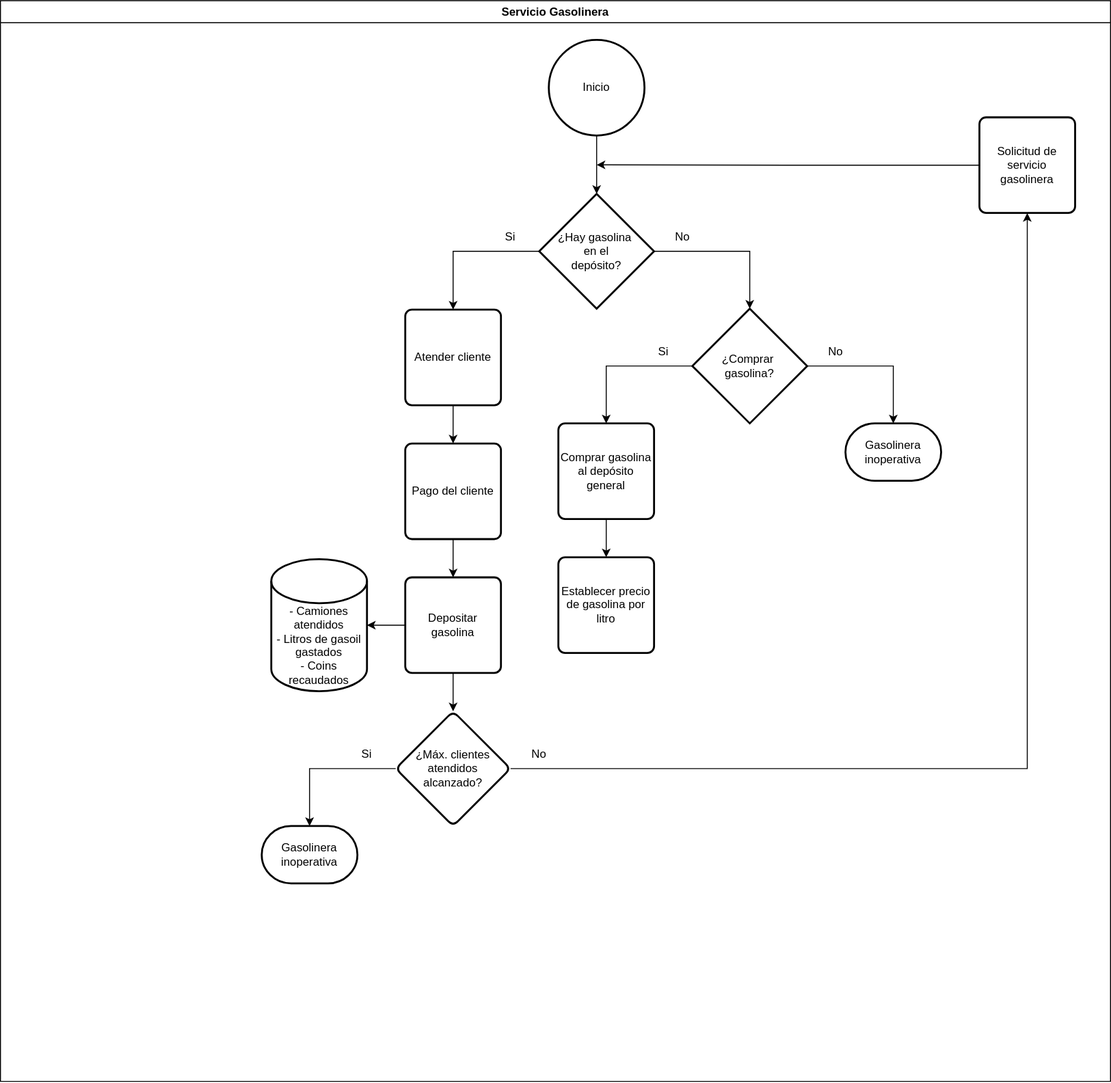
Above: Gasolineras.svg in JuanLuisCorrea/Diagramas-de-flujo-para-servicios---WoT (draw.io), before the change. Source tidied: cells renumbered, new cells last; positions are measured from the earlier drawing's top-left corner, leaving out a move shared by most shapes.
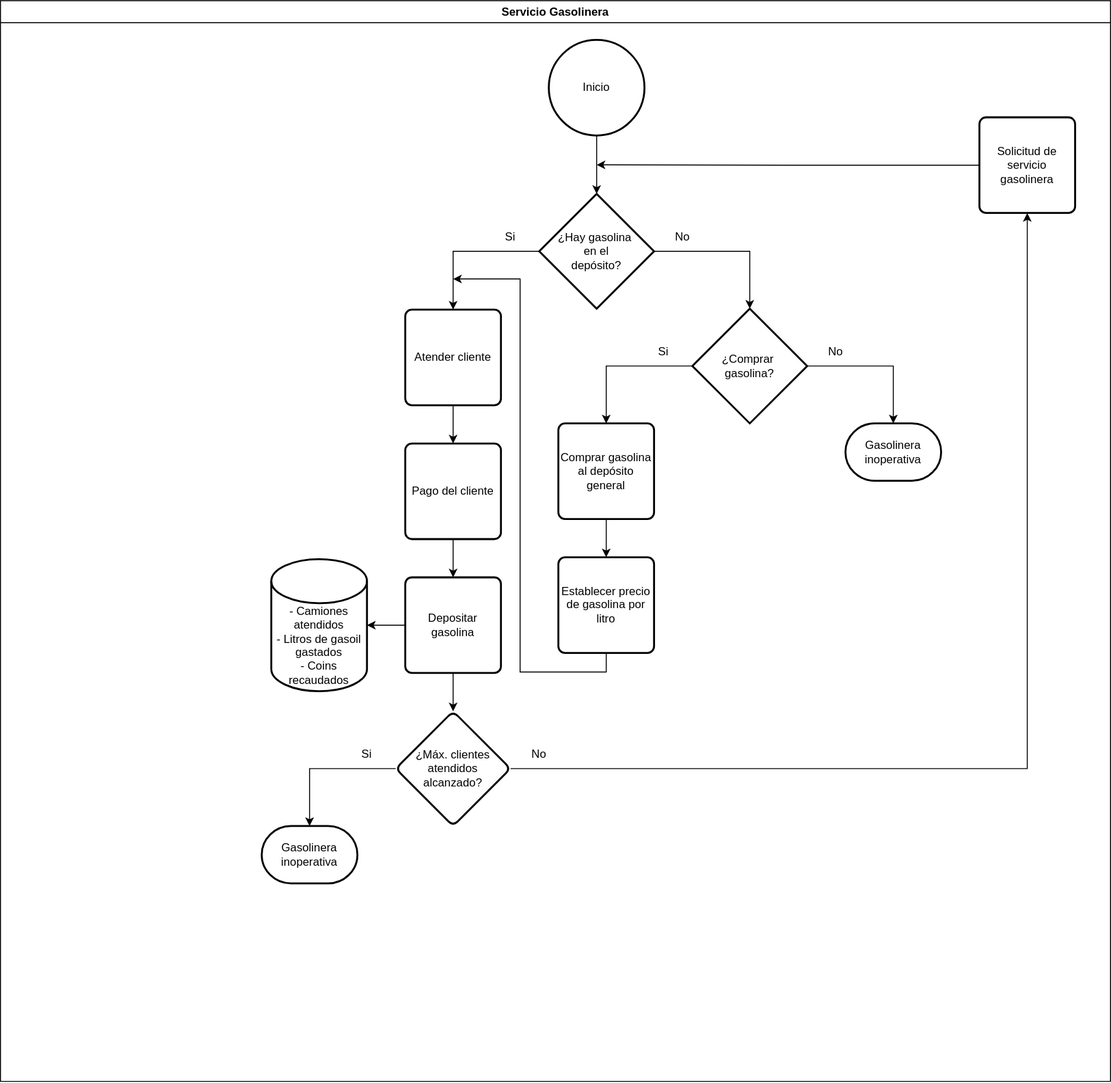
After the commit.

Change to the diagram source:
```diff
@@ -112,5 +112,14 @@
     <mxCell id="34" style="edgeStyle=orthogonalEdgeStyle;rounded=0;jettySize=auto;html=1;exitX=1;exitY=0.5;exitDx=0;exitDy=0;entryX=0.5;entryY=1;entryDx=0;entryDy=0;" parent="2" edge="1" source="22" target="32">
       <mxGeometry relative="1" as="geometry" />
     </mxCell>
+    <mxCell id="35" style="edgeStyle=orthogonalEdgeStyle;rounded=0;jettySize=auto;html=1;exitX=0.5;exitY=1;exitDx=0;exitDy=0;" parent="1" edge="1" source="7">
+      <mxGeometry relative="1" as="geometry">
+        <mxPoint x="473" y="291" as="targetPoint" />
+        <Array as="points">
+          <mxPoint x="633" y="702" />
+          <mxPoint x="543" y="702" />
+        </Array>
+      </mxGeometry>
+    </mxCell>
   </root>
 </mxGraphModel>
```
